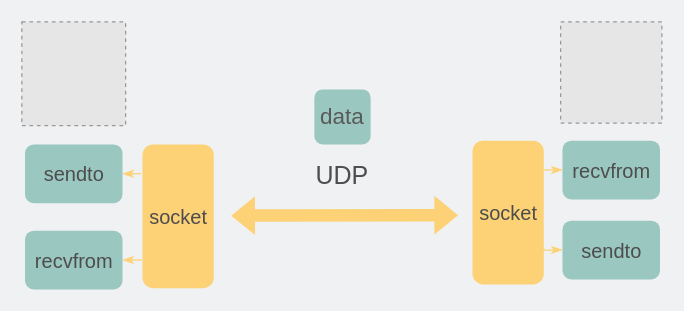
Above: network/UDP通信过程.drawio in xiaobaiTech/image (draw.io), before the change. Source tidied: cells renumbered, new cells numbered last; positions are measured from the earlier drawing's top-left corner, leaving out a move shared by most shapes. Both pictures are drawn from the tidied source at 125%, with x=0, y=0 at pixel (21, 21). Pictures stored in the file or linked from it are replaced by grey dashed boxes.
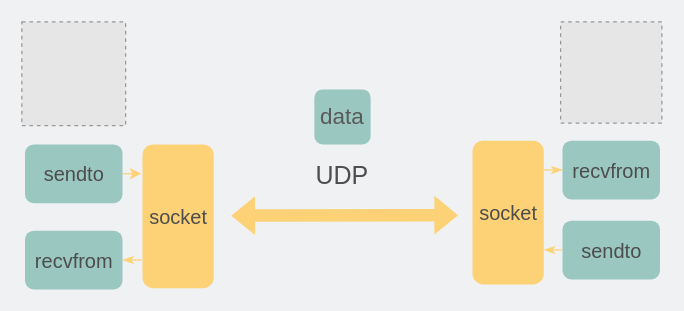
Above is the later version.

Commit message:
更新UDP通信过程.drawio

Diff of the diagram source:
```diff
@@
 <mxGraphModel background="#EFF1F3">
   <root>
     <mxCell id="0" />
     <mxCell id="1" parent="0" />
     <mxCell id="2" style="fillColor=#E6E6E6;strokeColor=#999999;dashed=1;verticalLabelPosition=bottom;verticalAlign=top;" parent="1" vertex="1">
       <mxGeometry width="83" height="83" as="geometry" />
     </mxCell>
     <mxCell id="3" style="fillColor=#E6E6E6;strokeColor=#999999;dashed=1;verticalLabelPosition=bottom;verticalAlign=top;" parent="1" vertex="1">
       <mxGeometry x="431" width="81" height="81" as="geometry" />
     </mxCell>
     <mxCell id="4" style="shape=flexArrow;endArrow=classic;startArrow=classic;html=1;rounded=0;fillColor=#FDD276;strokeColor=none;fontColor=#4D4D4D;" parent="1" edge="1">
       <mxGeometry relative="1" as="geometry">
         <mxPoint x="167" y="155" as="sourcePoint" />
         <mxPoint x="349.5" y="154.6" as="targetPoint" />
       </mxGeometry>
     </mxCell>
     <mxCell id="5" value="&lt;font style=&quot;font-size: 20px;&quot;&gt;UDP&lt;/font&gt;" style="text;html=1;strokeColor=none;fillColor=none;align=center;verticalAlign=middle;whiteSpace=wrap;rounded=0;fontColor=#4D4D4D;" parent="1" vertex="1">
       <mxGeometry x="198" y="107" width="116.5" height="30" as="geometry" />
     </mxCell>
     <mxCell id="6" value="&lt;font style=&quot;font-size: 18px;&quot; color=&quot;#595959&quot;&gt;data&lt;/font&gt;" style="rounded=1;whiteSpace=wrap;html=1;fontColor=#4A919B;fillColor=#9AC7BF;strokeColor=none;" parent="1" vertex="1">
       <mxGeometry x="234" y="54" width="45" height="44" as="geometry" />
     </mxCell>
     <mxCell id="7" value="&lt;font style=&quot;font-size: 16px;&quot;&gt;socket&lt;/font&gt;" style="text;html=1;strokeColor=none;fillColor=#FDD276;align=center;verticalAlign=middle;whiteSpace=wrap;rounded=1;fontColor=#4D4D4D;" parent="1" vertex="1">
       <mxGeometry x="96.5" y="98" width="57" height="115" as="geometry" />
     </mxCell>
     <mxCell id="8" style="edgeStyle=orthogonalEdgeStyle;rounded=0;jettySize=auto;html=1;exitX=1;exitY=0.5;exitDx=0;exitDy=0;entryX=-0.008;entryY=0.805;entryDx=0;entryDy=0;entryPerimeter=0;startArrow=classicThin;startFill=1;endArrow=none;endFill=0;strokeColor=#FDD276;fontColor=#4D4D4D;" parent="1" edge="1" source="9" target="7">
       <mxGeometry relative="1" as="geometry" />
     </mxCell>
     <mxCell id="9" value="&lt;font&gt;&lt;span style=&quot;font-size: 16px;&quot;&gt;recvfrom&lt;/span&gt;&lt;/font&gt;" style="text;html=1;strokeColor=none;fillColor=#9AC7BF;align=center;verticalAlign=middle;whiteSpace=wrap;rounded=1;fontColor=#4D4D4D;" parent="1" vertex="1">
       <mxGeometry x="2.5" y="167" width="78" height="47" as="geometry" />
     </mxCell>
-    <mxCell id="10" style="edgeStyle=orthogonalEdgeStyle;rounded=0;jettySize=auto;html=1;exitX=1;exitY=0.5;exitDx=0;exitDy=0;entryX=-0.019;entryY=0.205;entryDx=0;entryDy=0;entryPerimeter=0;strokeColor=#FDD276;startArrow=classicThin;startFill=1;endArrow=none;endFill=0;fontColor=#4D4D4D;" parent="1" edge="1" source="11" target="7">
+    <mxCell id="10" style="edgeStyle=orthogonalEdgeStyle;rounded=0;jettySize=auto;html=1;exitX=1;exitY=0.5;exitDx=0;exitDy=0;entryX=-0.019;entryY=0.205;entryDx=0;entryDy=0;entryPerimeter=0;strokeColor=#FDD276;startArrow=none;startFill=0;endArrow=classic;endFill=1;fontColor=#4D4D4D;" parent="1" edge="1" source="11" target="7">
       <mxGeometry relative="1" as="geometry" />
     </mxCell>
     <mxCell id="11" value="&lt;span style=&quot;font-size: 16px;&quot;&gt;&lt;font&gt;sendto&lt;/font&gt;&lt;/span&gt;" style="text;html=1;strokeColor=none;fillColor=#9AC7BF;align=center;verticalAlign=middle;whiteSpace=wrap;rounded=1;fontColor=#4D4D4D;" parent="1" vertex="1">
       <mxGeometry x="2.5" y="98" width="78" height="47" as="geometry" />
     </mxCell>
     <mxCell id="12" value="&lt;font style=&quot;font-size: 16px;&quot;&gt;socket&lt;/font&gt;" style="text;html=1;strokeColor=none;fillColor=#FDD276;align=center;verticalAlign=middle;whiteSpace=wrap;rounded=1;fontColor=#4D4D4D;" parent="1" vertex="1">
       <mxGeometry x="360.5" y="95" width="57" height="115" as="geometry" />
     </mxCell>
-    <mxCell id="13" style="edgeStyle=orthogonalEdgeStyle;rounded=0;jettySize=auto;html=1;exitX=0;exitY=0.5;exitDx=0;exitDy=0;entryX=1;entryY=0.75;entryDx=0;entryDy=0;startArrow=classicThin;startFill=1;endArrow=none;endFill=0;strokeColor=#FDD276;fontColor=#4D4D4D;" parent="1" edge="1" source="14" target="12">
+    <mxCell id="13" style="edgeStyle=orthogonalEdgeStyle;rounded=0;jettySize=auto;html=1;exitX=0;exitY=0.5;exitDx=0;exitDy=0;entryX=1.001;entryY=0.769;entryDx=0;entryDy=0;entryPerimeter=0;endArrow=classicThin;endFill=1;strokeColor=#FDD276;" parent="1" edge="1" source="14" target="12">
       <mxGeometry relative="1" as="geometry" />
     </mxCell>
     <mxCell id="14" value="&lt;font&gt;&lt;span style=&quot;font-size: 16px;&quot;&gt;sendto&lt;/span&gt;&lt;/font&gt;" style="text;html=1;strokeColor=none;fillColor=#9AC7BF;align=center;verticalAlign=middle;whiteSpace=wrap;rounded=1;fontColor=#4D4D4D;" parent="1" vertex="1">
       <mxGeometry x="432.5" y="159" width="78" height="47" as="geometry" />
     </mxCell>
     <mxCell id="15" style="edgeStyle=orthogonalEdgeStyle;rounded=0;jettySize=auto;html=1;exitX=0;exitY=0.5;exitDx=0;exitDy=0;entryX=1.001;entryY=0.201;entryDx=0;entryDy=0;entryPerimeter=0;strokeColor=#FDD276;startArrow=classicThin;startFill=1;endArrow=none;endFill=0;fontColor=#4D4D4D;" parent="1" edge="1" source="16" target="12">
       <mxGeometry relative="1" as="geometry" />
     </mxCell>
     <mxCell id="16" value="&lt;font&gt;&lt;span style=&quot;font-size: 16px;&quot;&gt;recvfrom&lt;/span&gt;&lt;/font&gt;" style="text;html=1;strokeColor=none;fillColor=#9AC7BF;align=center;verticalAlign=middle;whiteSpace=wrap;rounded=1;fontColor=#4D4D4D;" parent="1" vertex="1">
       <mxGeometry x="432.5" y="95" width="78" height="47" as="geometry" />
     </mxCell>
   </root>
 </mxGraphModel>
```
